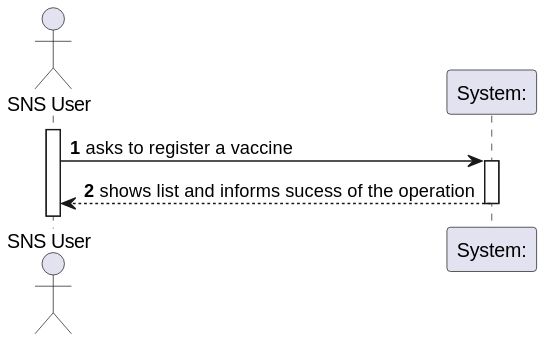
This is docs/SprintC/US001/US001_SSD.svg from osnilas/SNSsystem, a PlantUML export, as it was before one commit.
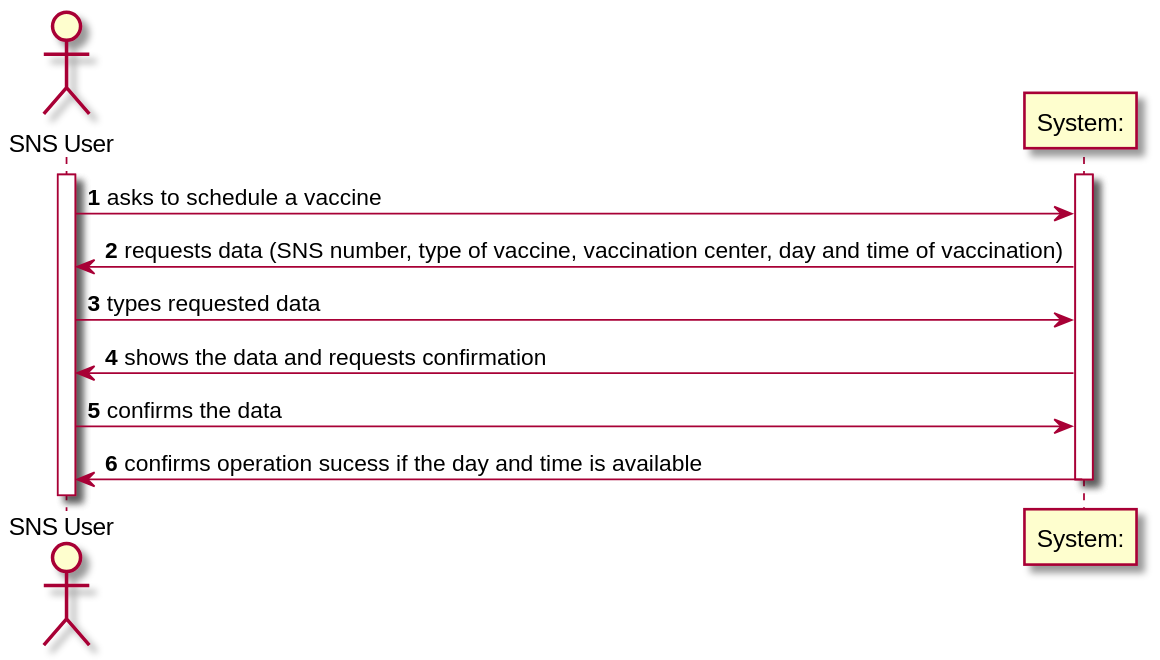
After the change.

The edit, as a diff of the source:
```diff
@@ -4,8 +4,14 @@
 actor "SNS User" as user
 
 activate user
-user-> "System:" : asks to register a vaccine
 activate "System:"
-"System:" --> user : shows list and informs sucess of the operation
+user-> "System:" : asks to schedule a vaccine
+"System:" -> user : requests data (SNS number, type of vaccine, vaccination center, day and time of vaccination)
+user-> "System:" : types requested data
+user<- "System:" : shows the data and requests confirmation
+user-> "System:" : confirms the data
+user<- "System:" : confirms operation sucess if the day and time is available
+
 deactivate "System:"
+
 @enduml
```
